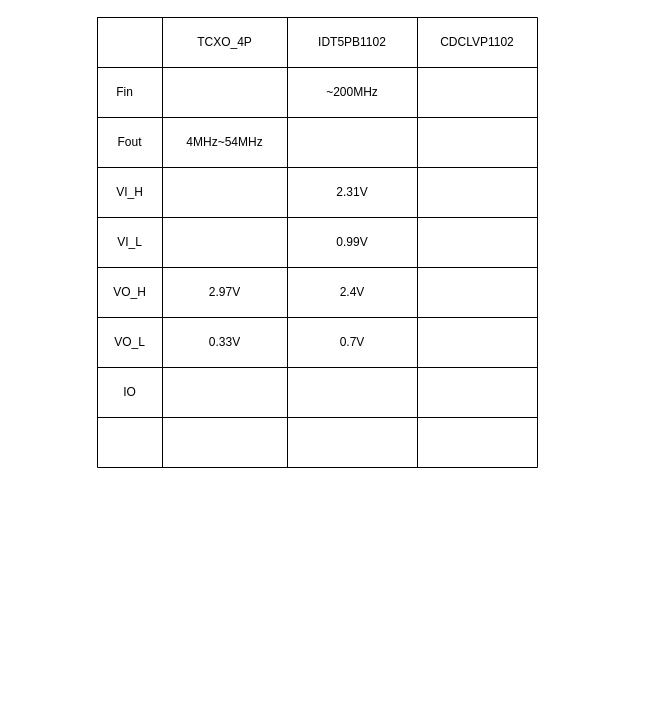
This is clk_change_validation.drawio from kongzhongfeima/draw_io, a draw.io file, before an edit. Source tidied: cells renumbered, new cells numbered last; positions are measured from the earlier drawing's top-left corner, leaving out a move shared by most shapes. Both pictures are drawn from the tidied source at 100%, with x=0, y=0 at pixel (97, 17).
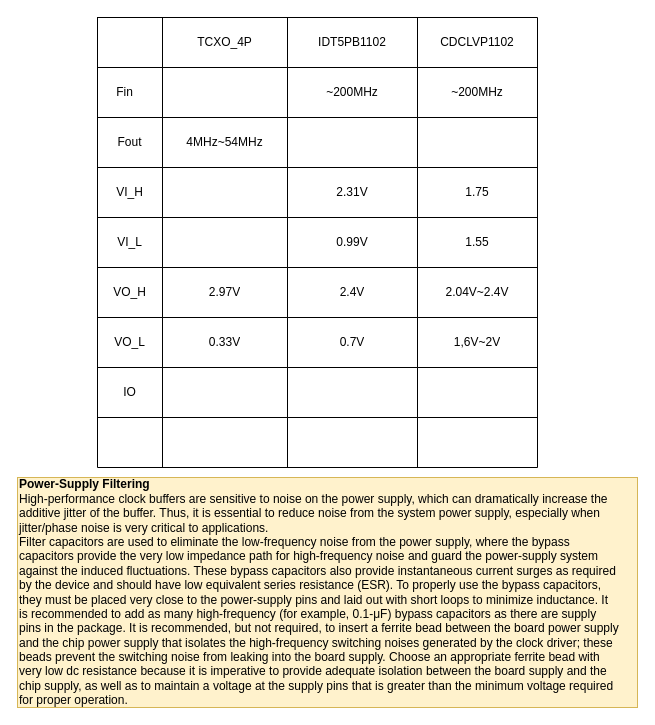
Above is the later version.

Unchanged cells that the change refers to:
```xml
<mxCell id="8" style="shape=tableRow;horizontal=0;startSize=0;swimlaneHead=0;swimlaneBody=0;strokeColor=inherit;top=0;left=0;bottom=0;right=0;fillColor=none;" parent="2" vertex="1">
  <mxGeometry y="50" width="440" height="50" as="geometry" />
</mxCell>
<mxCell id="18" style="shape=tableRow;horizontal=0;startSize=0;swimlaneHead=0;swimlaneBody=0;strokeColor=inherit;top=0;left=0;bottom=0;right=0;fillColor=none;" parent="2" vertex="1">
  <mxGeometry y="150" width="440" height="50" as="geometry" />
</mxCell>
<mxCell id="23" style="shape=tableRow;horizontal=0;startSize=0;swimlaneHead=0;swimlaneBody=0;strokeColor=inherit;top=0;left=0;bottom=0;right=0;fillColor=none;" parent="2" vertex="1">
  <mxGeometry y="200" width="440" height="50" as="geometry" />
</mxCell>
<mxCell id="28" style="shape=tableRow;horizontal=0;startSize=0;swimlaneHead=0;swimlaneBody=0;strokeColor=inherit;top=0;left=0;bottom=0;right=0;fillColor=none;" parent="2" vertex="1">
  <mxGeometry y="250" width="440" height="50" as="geometry" />
</mxCell>
<mxCell id="33" style="shape=tableRow;horizontal=0;startSize=0;swimlaneHead=0;swimlaneBody=0;strokeColor=inherit;top=0;left=0;bottom=0;right=0;fillColor=none;" parent="2" vertex="1">
  <mxGeometry y="300" width="440" height="50" as="geometry" />
</mxCell>
```

Diff of the diagram source:
```diff
@@
-    <mxCell id="12" style="shape=partialRectangle;html=1;whiteSpace=wrap;strokeColor=inherit;overflow=hidden;fillColor=none;top=0;left=0;bottom=0;right=0;" parent="8" vertex="1">
+    <mxCell id="12" value="~200MHz" style="shape=partialRectangle;html=1;whiteSpace=wrap;strokeColor=inherit;overflow=hidden;fillColor=none;top=0;left=0;bottom=0;right=0;" parent="8" vertex="1">
       <mxGeometry x="320" width="120" height="50" as="geometry" />
     </mxCell>
@@
-    <mxCell id="22" style="shape=partialRectangle;html=1;whiteSpace=wrap;strokeColor=inherit;overflow=hidden;fillColor=none;top=0;left=0;bottom=0;right=0;" parent="18" vertex="1">
+    <mxCell id="22" value="1.75" style="shape=partialRectangle;html=1;whiteSpace=wrap;strokeColor=inherit;overflow=hidden;fillColor=none;top=0;left=0;bottom=0;right=0;" parent="18" vertex="1">
       <mxGeometry x="320" width="120" height="50" as="geometry" />
     </mxCell>
@@
-    <mxCell id="27" style="shape=partialRectangle;html=1;whiteSpace=wrap;strokeColor=inherit;overflow=hidden;fillColor=none;top=0;left=0;bottom=0;right=0;" parent="23" vertex="1">
+    <mxCell id="27" value="1.55" style="shape=partialRectangle;html=1;whiteSpace=wrap;strokeColor=inherit;overflow=hidden;fillColor=none;top=0;left=0;bottom=0;right=0;" parent="23" vertex="1">
       <mxGeometry x="320" width="120" height="50" as="geometry" />
     </mxCell>
@@
-    <mxCell id="32" style="shape=partialRectangle;html=1;whiteSpace=wrap;strokeColor=inherit;overflow=hidden;fillColor=none;top=0;left=0;bottom=0;right=0;" parent="28" vertex="1">
+    <mxCell id="32" value="2.04V~2.4V" style="shape=partialRectangle;html=1;whiteSpace=wrap;strokeColor=inherit;overflow=hidden;fillColor=none;top=0;left=0;bottom=0;right=0;" parent="28" vertex="1">
       <mxGeometry x="320" width="120" height="50" as="geometry" />
     </mxCell>
@@
-    <mxCell id="37" style="shape=partialRectangle;html=1;whiteSpace=wrap;strokeColor=inherit;overflow=hidden;fillColor=none;top=0;left=0;bottom=0;right=0;" parent="33" vertex="1">
+    <mxCell id="37" value="1,6V~2V" style="shape=partialRectangle;html=1;whiteSpace=wrap;strokeColor=inherit;overflow=hidden;fillColor=none;top=0;left=0;bottom=0;right=0;" parent="33" vertex="1">
       <mxGeometry x="320" width="120" height="50" as="geometry" />
     </mxCell>
@@
+    <mxCell id="48" value="&lt;div&gt;&lt;b&gt;Power-Supply Filtering&lt;/b&gt;&lt;/div&gt;&lt;div&gt;High-performance clock buffers are sensitive to noise on the power supply, which can dramatically increase the&lt;/div&gt;&lt;div&gt;additive jitter of the buffer. Thus, it is essential to reduce noise from the system power supply, especially when&lt;/div&gt;&lt;div&gt;jitter/phase noise is very critical to applications.&lt;/div&gt;&lt;div&gt;Filter capacitors are used to eliminate the low-frequency noise from the power supply, where the bypass&lt;/div&gt;&lt;div&gt;capacitors provide the very low impedance path for high-frequency noise and guard the power-supply system&lt;/div&gt;&lt;div&gt;against the induced fluctuations. These bypass capacitors also provide instantaneous current surges as required&lt;/div&gt;&lt;div&gt;by the device and should have low equivalent series resistance (ESR). To properly use the bypass capacitors,&lt;/div&gt;&lt;div&gt;they must be placed very close to the power-supply pins and laid out with short loops to minimize inductance. It&lt;/div&gt;&lt;div&gt;is recommended to add as many high-frequency (for example, 0.1-μF) bypass capacitors as there are supply&lt;/div&gt;&lt;div&gt;pins in the package. It is recommended, but not required, to insert a ferrite bead between the board power supply&lt;/div&gt;&lt;div&gt;and the chip power supply that isolates the high-frequency switching noises generated by the clock driver; these&lt;/div&gt;&lt;div&gt;beads prevent the switching noise from leaking into the board supply. Choose an appropriate ferrite bead with&lt;/div&gt;&lt;div&gt;very low dc resistance because it is imperative to provide adequate isolation between the board supply and the&lt;/div&gt;&lt;div&gt;chip supply, as well as to maintain a voltage at the supply pins that is greater than the minimum voltage required&lt;/div&gt;&lt;div&gt;for proper operation.&lt;/div&gt;" style="whiteSpace=wrap;html=1;align=left;fillColor=#fff2cc;strokeColor=#d6b656;" parent="1" vertex="1">
+      <mxGeometry x="-80" y="460" width="620" height="230" as="geometry" />
+    </mxCell>
```
